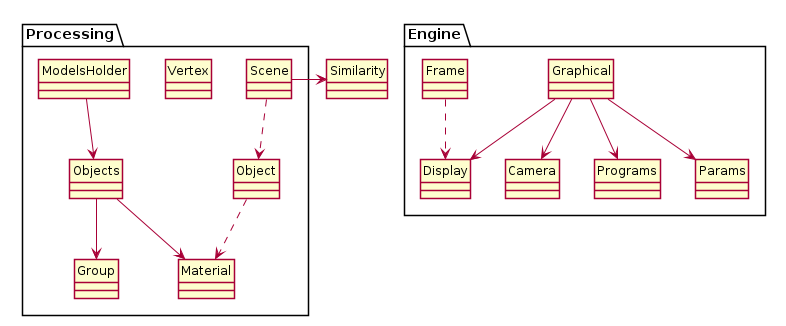
technolapin/moteur-de-jeu keeps this PlantUML diagram as RAPPORTS/diagrames/graphics.png. Above is the earlier version.
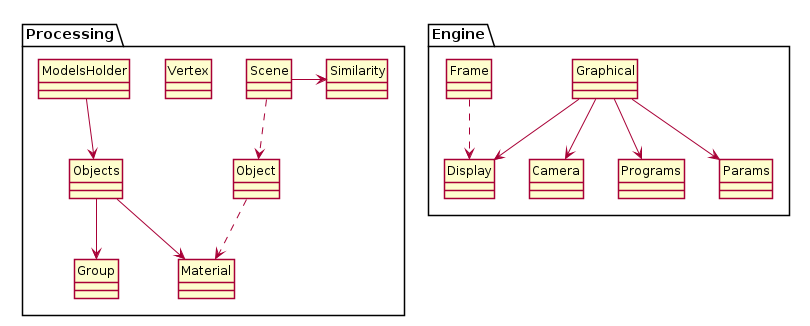
After the change.

The edit, as a diff of the source:
```diff
@@ -2,7 +2,6 @@
 skinparam style strictuml
 
 
-class Similarity
 
 package Engine
 {
@@ -17,6 +16,7 @@
 
 package Processing
 {
+	class Similarity
 	class Vertex
 	class Group
 	class Material
```
